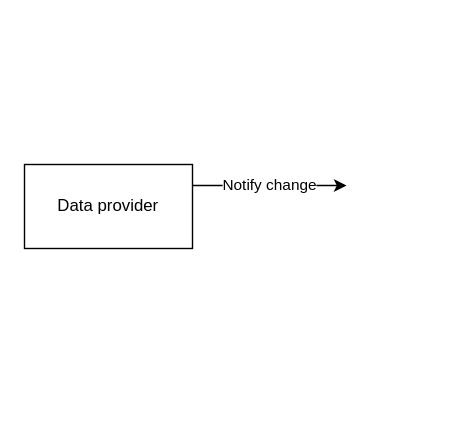
Earlier version of the draw.io diagram Untitled Diagram.drawio (wjtxyz/Shadow). Source tidied: cells renumbered, new cells numbered last; positions are measured from the earlier drawing's top-left corner, leaving out a move shared by most shapes. Both pictures are drawn from the tidied source at 140%, with x=0, y=0 at pixel (24, 164).
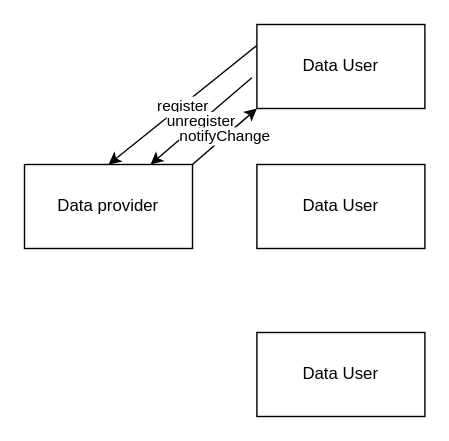
Above is the later version.

What changed in the source:
```diff
@@
 <mxGraphModel>
   <root>
     <mxCell id="0" />
     <mxCell id="1" parent="0" />
     <mxCell id="2" value="Data provider" style="rounded=0;whiteSpace=wrap;html=1;" parent="1" vertex="1">
       <mxGeometry width="120" height="60" as="geometry" />
     </mxCell>
-    <mxCell id="3" value="Notify change" style="endArrow=classic;html=1;exitX=1;exitY=0.25;exitDx=0;exitDy=0;" parent="1" edge="1" source="2">
-      <mxGeometry relative="1" as="geometry">
-        <mxPoint x="230" y="15" as="targetPoint" />
-      </mxGeometry>
+    <mxCell id="3" value="register" style="endArrow=classic;html=1;exitX=0;exitY=0.25;exitDx=0;exitDy=0;entryX=0.5;entryY=0;entryDx=0;entryDy=0;" parent="1" edge="1" source="4" target="2">
+      <mxGeometry relative="1" as="geometry" />
     </mxCell>
+    <mxCell id="4" value="Data User" style="rounded=0;whiteSpace=wrap;html=1;" parent="1" vertex="1">
+      <mxGeometry x="166" y="-100" width="120" height="60" as="geometry" />
+    </mxCell>
+    <mxCell id="5" value="unregister" style="endArrow=classic;html=1;exitX=-0.03;exitY=0.633;exitDx=0;exitDy=0;entryX=0.75;entryY=0;entryDx=0;entryDy=0;exitPerimeter=0;" parent="1" edge="1" source="4" target="2">
+      <mxGeometry relative="1" as="geometry" />
+    </mxCell>
+    <mxCell id="6" value="notifyChange" style="endArrow=classic;html=1;exitX=1;exitY=0;exitDx=0;exitDy=0;entryX=0;entryY=1;entryDx=0;entryDy=0;" parent="1" edge="1" source="2" target="4">
+      <mxGeometry relative="1" as="geometry" />
+    </mxCell>
+    <mxCell id="7" value="Data User" style="rounded=0;whiteSpace=wrap;html=1;" parent="1" vertex="1">
+      <mxGeometry x="166" width="120" height="60" as="geometry" />
+    </mxCell>
+    <mxCell id="8" value="Data User" style="rounded=0;whiteSpace=wrap;html=1;" parent="1" vertex="1">
+      <mxGeometry x="166" y="120" width="120" height="60" as="geometry" />
+    </mxCell>
   </root>
 </mxGraphModel>
```
